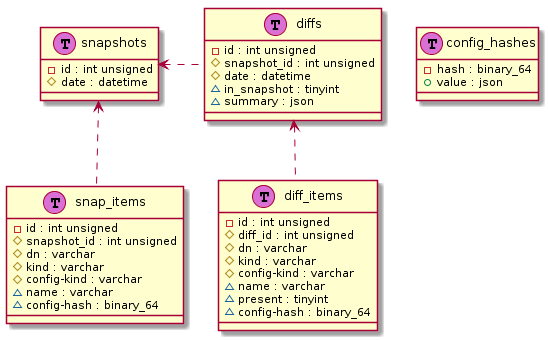
Earlier version of the PlantUML export diagrams/db/db-hash-new-proposal.png (kubevious/media).
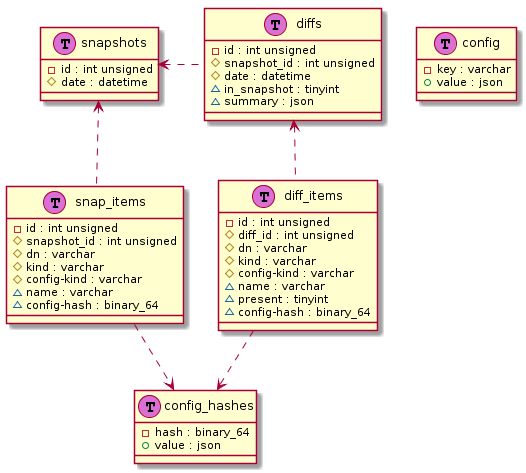
The same diagram one commit later.

Change to the diagram source:
```diff
@@ -1,4 +1,9 @@
 @startuml
+class config << (T, orchid) >> {
+    -key : varchar
+    +value : json
+}
+
 class config_hashes << (T, orchid) >> {
     -hash : binary_64
     +value : json
@@ -41,4 +46,6 @@
 snapshots <.. snap_items
 diffs <.. diff_items
 snapshots <. diffs
+snap_items ..> config_hashes
+diff_items ..> config_hashes
 @enduml
```
